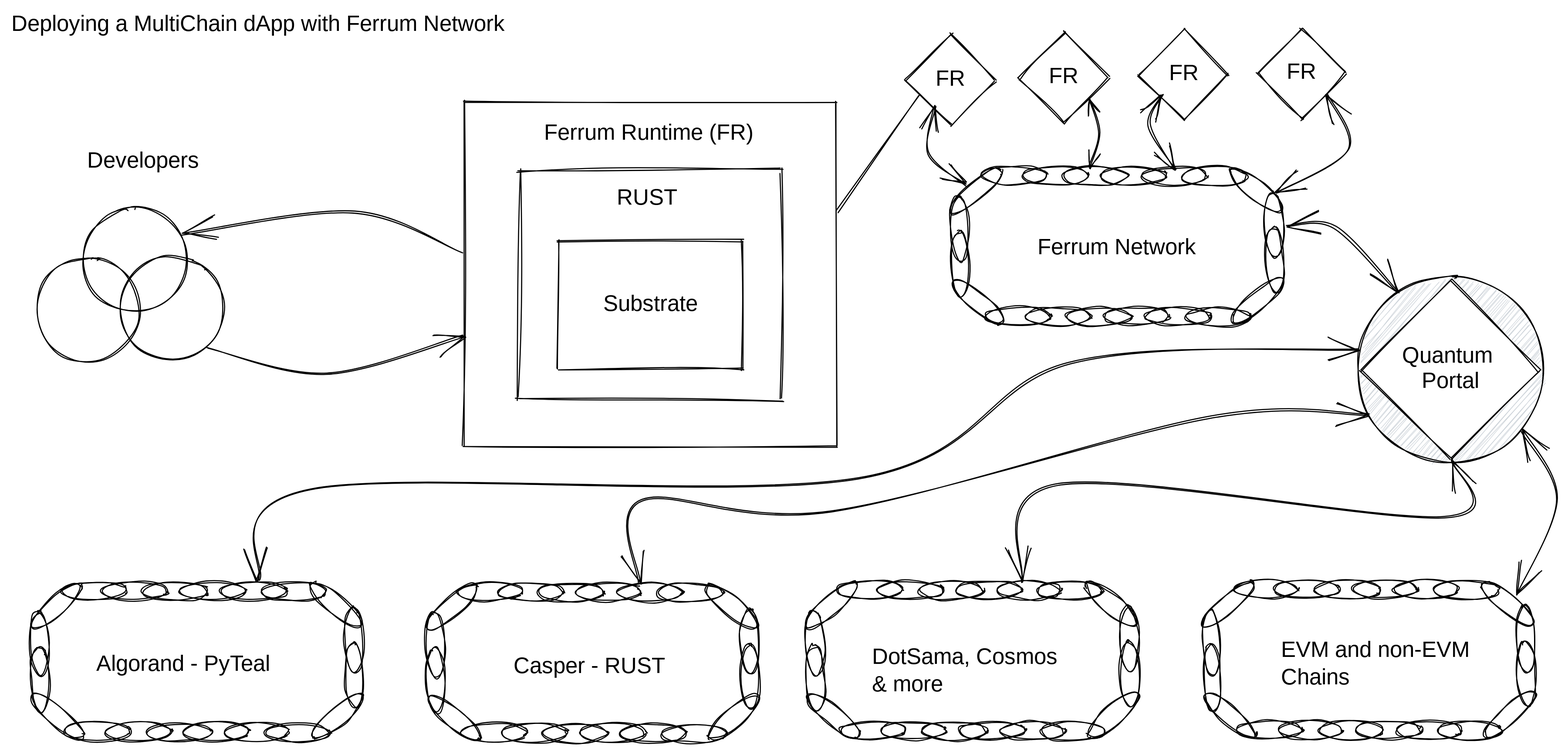
The Excalidraw diagram .gitbook/assets/file.drawing.svg in ferrumnet/ferrum-network-whitepaper, before a commit. Source tidied: one line per element, renumbered; positions are measured from the earlier drawing's top-left corner, leaving out a move shared by most shapes.
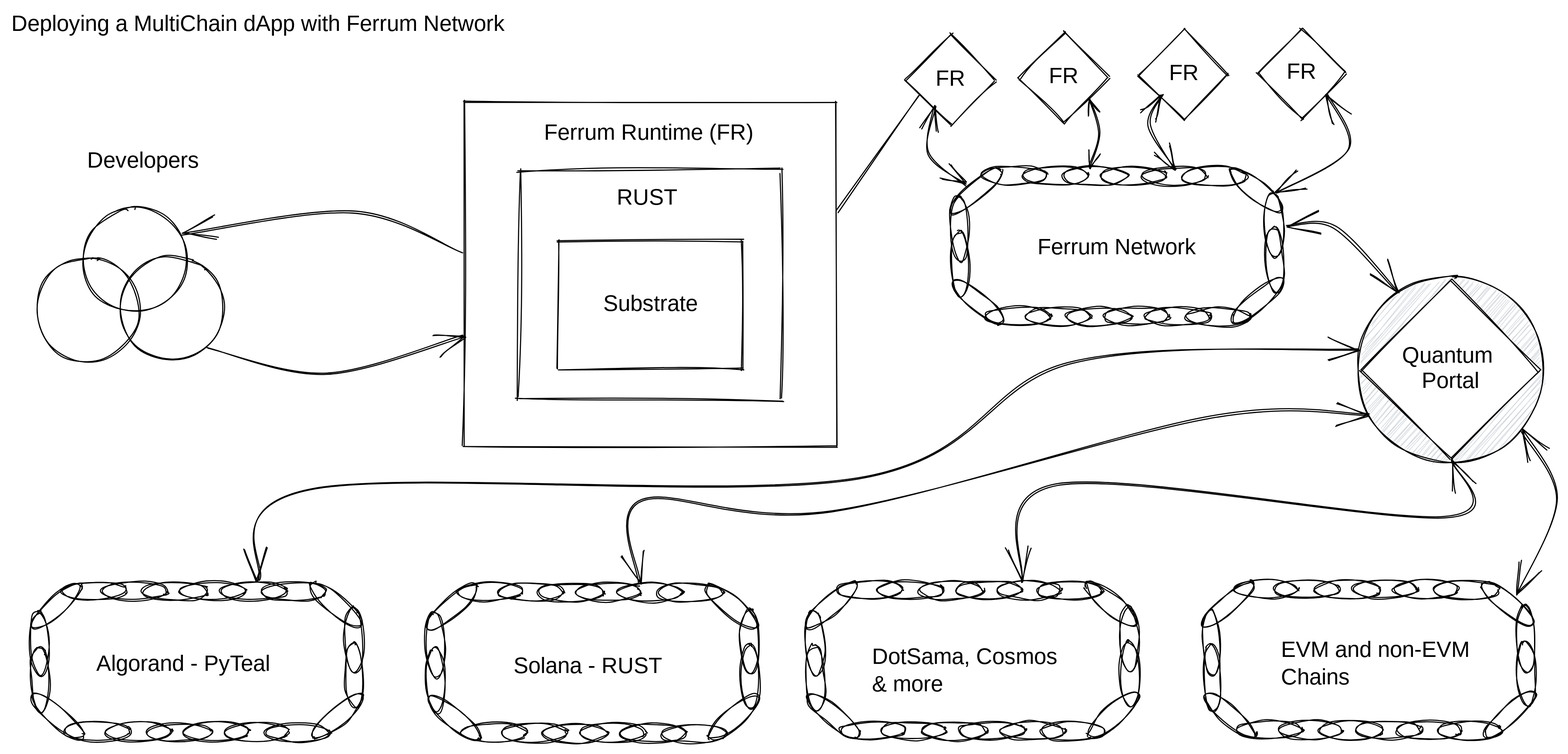
The same file after the commit.

The edit, as a diff of the source:
```diff
@@ -86,7 +86,7 @@
 {"id": 85, "type": "ellipse", "strokeColor": "#000000", "angle": 4.0, "strokeWidth": 1, "roughness": 1, "x": 644, "y": 607, "width": 17, "height": 60}
 {"id": 86, "type": "ellipse", "strokeColor": "#000000", "angle": 6.25, "strokeWidth": 1, "roughness": 1, "x": 658, "y": 539, "width": 17, "height": 60}
 {"id": 87, "type": "ellipse", "strokeColor": "#000000", "angle": 6.25, "strokeWidth": 1, "roughness": 1, "x": 658, "y": 571, "width": 17, "height": 60}
-{"id": 88, "type": "text", "text": "Casper - RUST", "strokeColor": "#000000", "strokeWidth": 1, "roughness": 1, "fontSize": 20, "fontFamily": 1, "x": 453, "y": 579, "width": 152, "height": 25}
+{"id": 88, "type": "text", "text": "Solana - RUST", "strokeColor": "#000000", "strokeWidth": 1, "roughness": 1, "fontSize": 20, "fontFamily": 1, "x": 453, "y": 579, "width": 150, "height": 25}
 {"id": 89, "type": "ellipse", "strokeColor": "#000000", "angle": 1.56, "strokeWidth": 1, "roughness": 1, "x": 1304, "y": 493, "width": 17, "height": 60}
 {"id": 90, "type": "ellipse", "strokeColor": "#000000", "angle": 1.56, "strokeWidth": 1, "roughness": 1, "x": 1307, "y": 620, "width": 17, "height": 60}
 {"id": 91, "type": "ellipse", "strokeColor": "#000000", "angle": 1.56, "strokeWidth": 1, "roughness": 1, "x": 1197, "y": 493, "width": 17, "height": 60}
```
